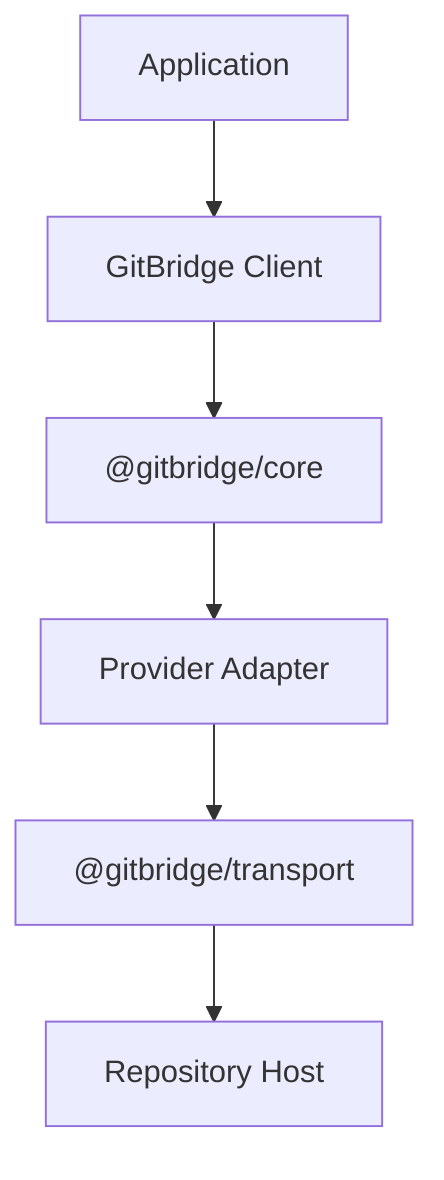
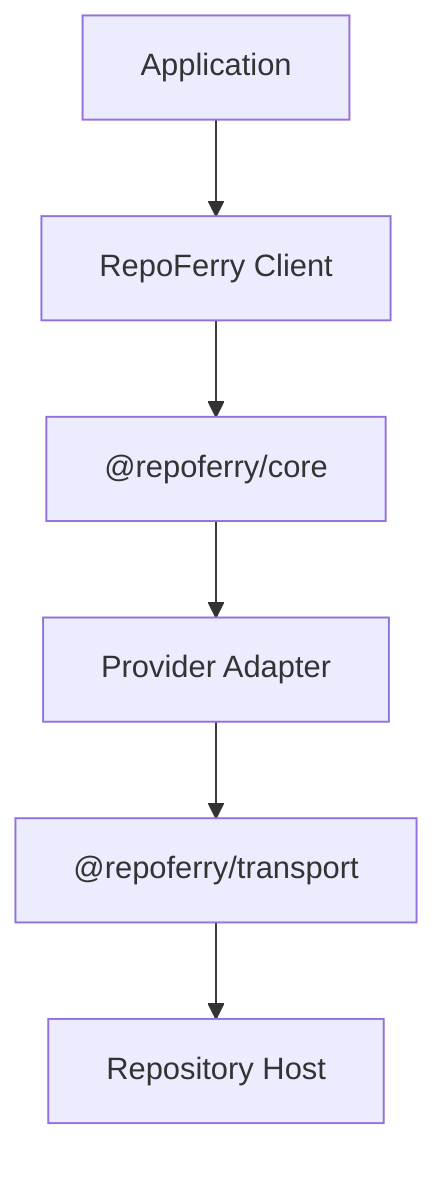
flowchart TD
  App["Application"]
-   Client["GitBridge Client"]
-   Core["@gitbridge/core"]
+   Client["RepoFerry Client"]
+   Core["@repoferry/core"]
  Provider["Provider Adapter"]
-   Transport["@gitbridge/transport"]
+   Transport["@repoferry/transport"]
  Host["Repository Host"]

  App --> Client
  Client --> Core
  Core --> Provider
  Provider --> Transport
  Transport --> Host
